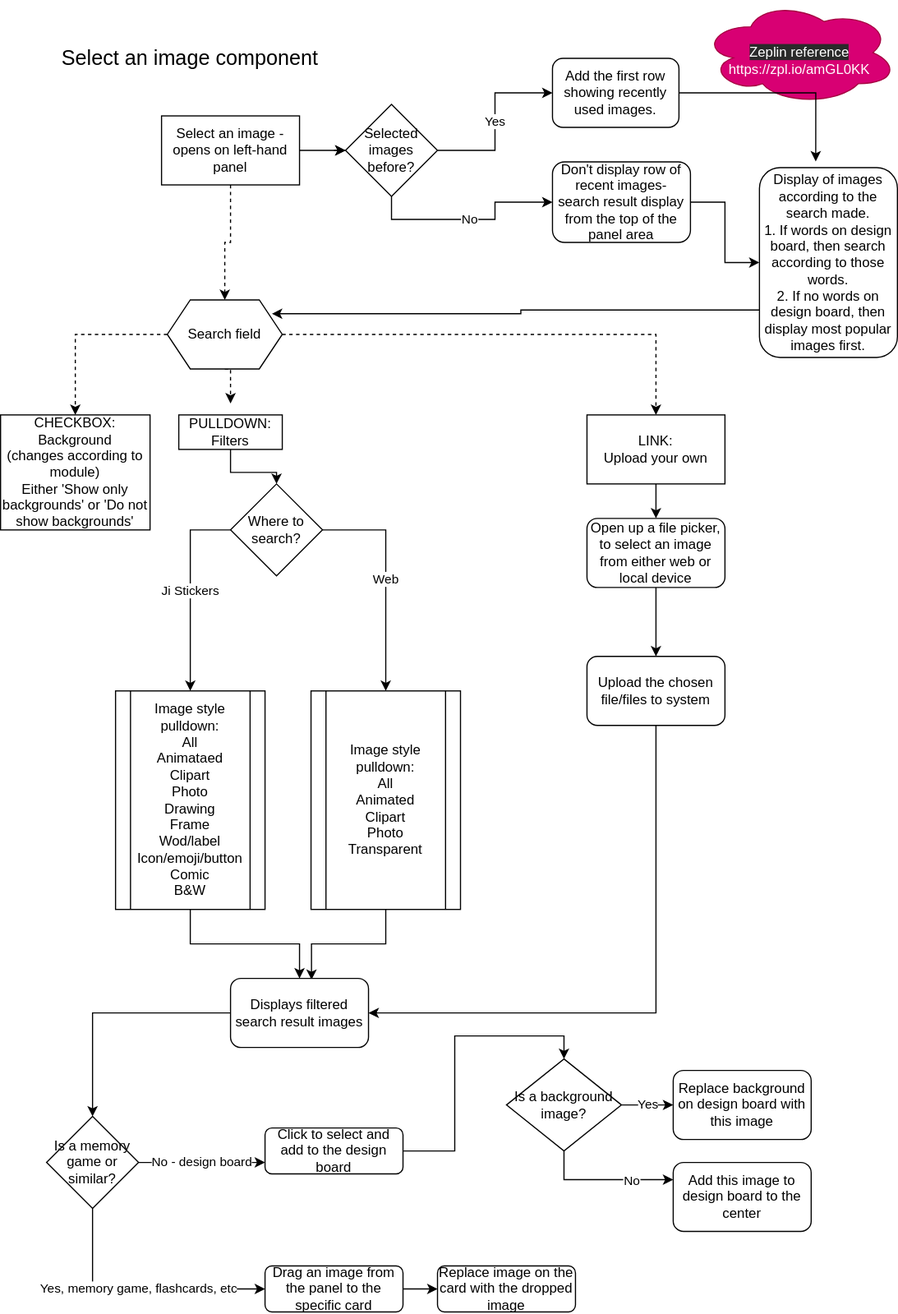
ji-devs/ji-cloud-flowcharts keeps this draw.io diagram as modules/components/select-image.drawio.svg. Above is the earlier version. Source tidied: cells renumbered, new cells last; positions are measured from the earlier drawing's top-left corner, leaving out a move shared by most shapes.
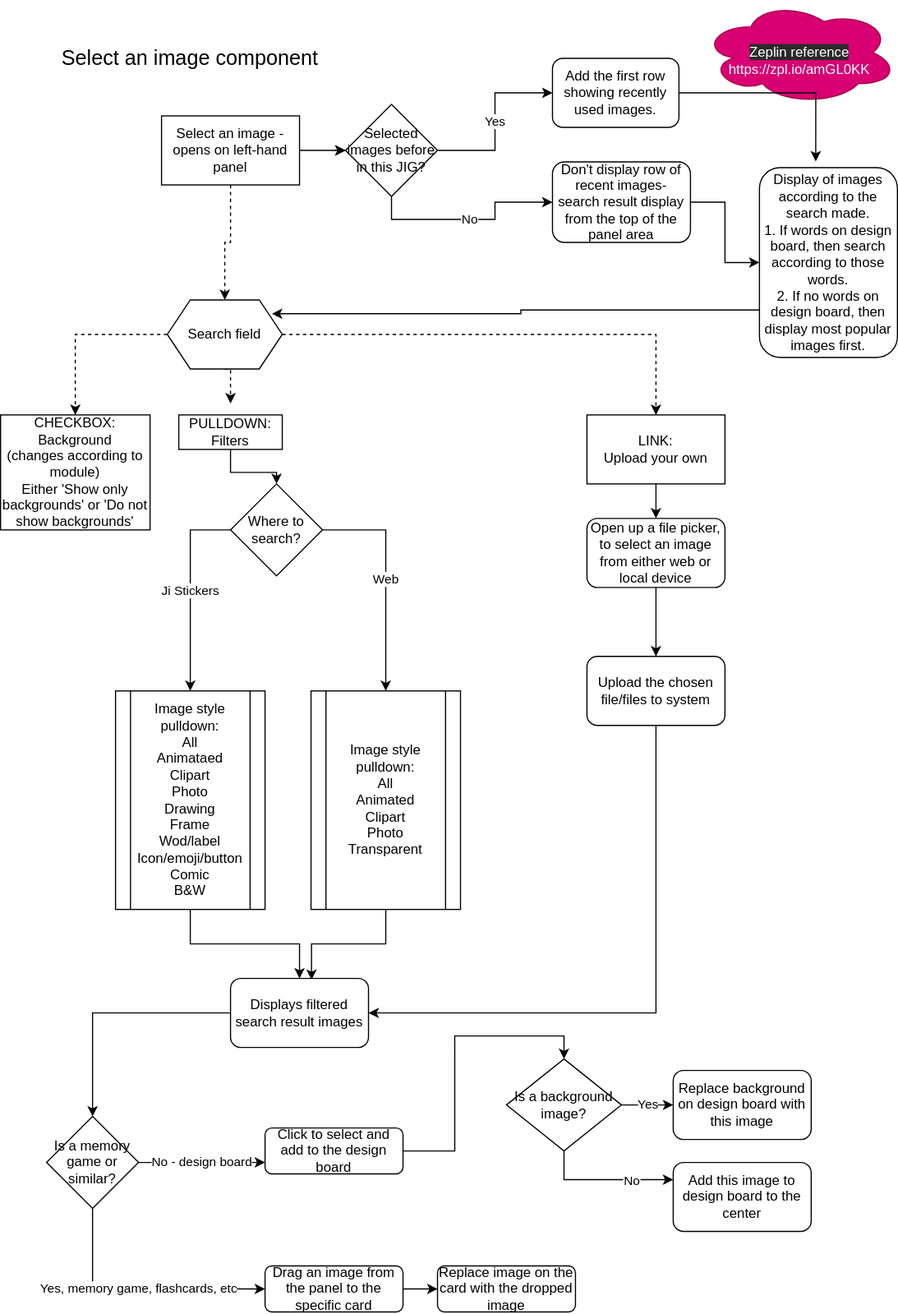
The same diagram one commit later.

Commit message:
corrected recently used images

Diff of the diagram source:
```diff
@@ -131,7 +131,7 @@
     <mxCell id="40" value="No" style="edgeStyle=orthogonalEdgeStyle;rounded=0;jettySize=auto;html=1;exitX=0.5;exitY=1;exitDx=0;exitDy=0;entryX=0;entryY=0.5;entryDx=0;entryDy=0;" parent="1" edge="1" source="41" target="44">
       <mxGeometry relative="1" as="geometry" />
     </mxCell>
-    <mxCell id="41" value="Selected images before?" style="rhombus;whiteSpace=wrap;html=1;" parent="1" vertex="1">
+    <mxCell id="41" value="Selected images before in this JIG?" style="rhombus;whiteSpace=wrap;html=1;" parent="1" vertex="1">
       <mxGeometry x="300" y="90" width="80" height="80" as="geometry" />
     </mxCell>
     <mxCell id="42" style="edgeStyle=orthogonalEdgeStyle;rounded=0;jettySize=auto;html=1;" parent="1" edge="1" source="13" target="41">
```
